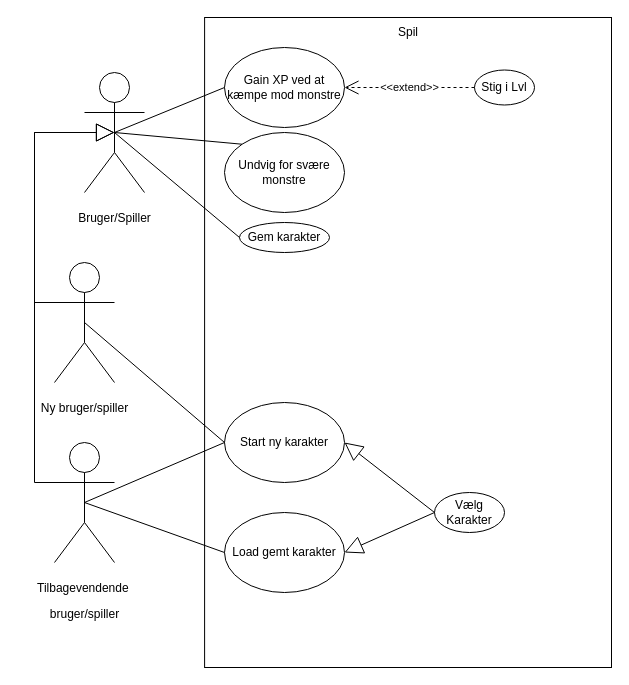
Before: Use case diagram.drawio in FrederikVesterMingledSundew/softwareudvikling_aflevering, a draw.io diagram. Source tidied: cells renumbered, new cells numbered last; positions are measured from the earlier drawing's top-left corner, leaving out a move shared by most shapes. Both pictures are drawn from the tidied source at 100%, with x=0, y=0 at pixel (34, 17).
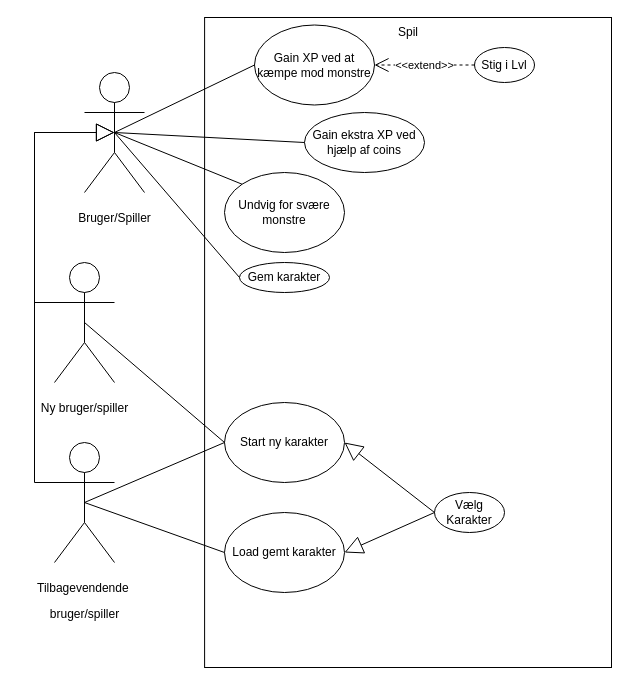
The same diagram, later.

The edit, as a diff of the source:
```diff
@@
     <mxCell id="6" value="Gain XP ved at kæmpe mod monstre" style="ellipse;whiteSpace=wrap;html=1;" parent="1" vertex="1">
-      <mxGeometry x="190" y="30" width="120" height="80" as="geometry" />
+      <mxGeometry x="220" y="7.5" width="120" height="80" as="geometry" />
     </mxCell>
     <mxCell id="7" value="Undvig for svære monstre" style="ellipse;whiteSpace=wrap;html=1;" parent="1" vertex="1">
-      <mxGeometry x="190" y="115" width="120" height="80" as="geometry" />
+      <mxGeometry x="190" y="155" width="120" height="80" as="geometry" />
     </mxCell>
     <mxCell id="8" value="Stig i Lvl" style="ellipse;whiteSpace=wrap;html=1;" parent="1" vertex="1">
-      <mxGeometry x="440" y="52.5" width="60" height="35" as="geometry" />
+      <mxGeometry x="440" y="30" width="60" height="35" as="geometry" />
     </mxCell>
@@
     <mxCell id="23" value="Gem karakter" style="ellipse;whiteSpace=wrap;html=1;" parent="1" vertex="1">
-      <mxGeometry x="205" y="205" width="90" height="30" as="geometry" />
+      <mxGeometry x="205" y="245" width="90" height="30" as="geometry" />
     </mxCell>
@@
+    <mxCell id="25" value="Gain ekstra XP ved hjælp af coins" style="ellipse;whiteSpace=wrap;html=1;" parent="1" vertex="1">
+      <mxGeometry x="270" y="95" width="120" height="60" as="geometry" />
+    </mxCell>
+    <mxCell id="26" style="endArrow=none;html=1;rounded=0;entryX=0;entryY=0.5;entryDx=0;entryDy=0;" parent="1" edge="1" target="25">
+      <mxGeometry relative="1" as="geometry">
+        <mxPoint x="80" y="115" as="sourcePoint" />
+      </mxGeometry>
+    </mxCell>
```
